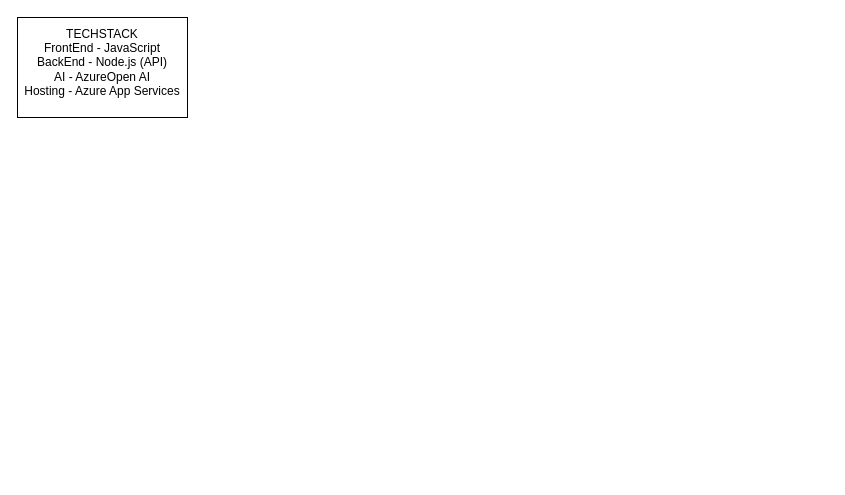
Before: backup.drawio in Ndkorr/ai-customer-profiler, a draw.io diagram. Source tidied: cells renumbered, new cells numbered last; positions are measured from the earlier drawing's top-left corner, leaving out a move shared by most shapes. Both pictures are drawn from the tidied source at 100%, with x=0, y=0 at pixel (17, 17).
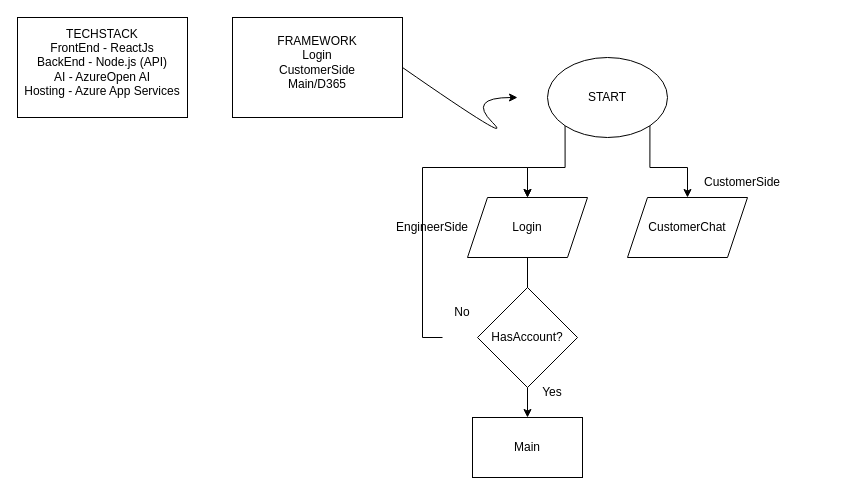
The same page after the edit.

The edit, as a diff of the source:
```diff
@@
-    <mxCell id="3" value="TECHSTACK&lt;div&gt;FrontEnd - JavaScript&lt;/div&gt;&lt;div&gt;BackEnd - Node.js (API)&lt;/div&gt;&lt;div&gt;AI - AzureOpen AI&lt;/div&gt;&lt;div&gt;Hosting - Azure App Services&lt;/div&gt;" style="text;html=1;align=center;verticalAlign=middle;whiteSpace=wrap;rounded=0;" parent="1" vertex="1">
+    <mxCell id="3" value="TECHSTACK&lt;div&gt;FrontEnd - ReactJs&lt;/div&gt;&lt;div&gt;BackEnd - Node.js (API)&lt;/div&gt;&lt;div&gt;AI - AzureOpen AI&lt;/div&gt;&lt;div&gt;Hosting - Azure App Services&lt;/div&gt;" style="text;html=1;align=center;verticalAlign=middle;whiteSpace=wrap;rounded=0;" parent="1" vertex="1">
       <mxGeometry y="30" width="170" height="30" as="geometry" />
     </mxCell>
+    <mxCell id="4" style="rounded=0;whiteSpace=wrap;html=1;" parent="1" vertex="1">
+      <mxGeometry x="215" width="170" height="100" as="geometry" />
+    </mxCell>
+    <mxCell id="5" value="FRAMEWORK&lt;div&gt;Login&lt;/div&gt;&lt;div&gt;CustomerSide&lt;/div&gt;&lt;div&gt;Main/D365&lt;/div&gt;" style="text;html=1;align=center;verticalAlign=middle;whiteSpace=wrap;rounded=0;" parent="1" vertex="1">
+      <mxGeometry x="215" y="30" width="170" height="30" as="geometry" />
+    </mxCell>
+    <mxCell id="6" style="curved=1;endArrow=classic;html=1;rounded=0;exitX=1;exitY=0.5;exitDx=0;exitDy=0;" parent="1" edge="1" source="4">
+      <mxGeometry relative="1" as="geometry">
+        <mxPoint x="500" y="80" as="targetPoint" />
+        <Array as="points">
+          <mxPoint x="500" y="130" />
+          <mxPoint x="450" y="80" />
+        </Array>
+      </mxGeometry>
+    </mxCell>
+    <mxCell id="7" style="edgeStyle=orthogonalEdgeStyle;rounded=0;jettySize=auto;html=1;exitX=0;exitY=1;exitDx=0;exitDy=0;entryX=0.5;entryY=0;entryDx=0;entryDy=0;" parent="1" edge="1" source="8" target="11">
+      <mxGeometry relative="1" as="geometry" />
+    </mxCell>
+    <mxCell id="8" style="ellipse;whiteSpace=wrap;html=1;fontSize=11;" parent="1" vertex="1">
+      <mxGeometry x="530" y="40" width="120" height="80" as="geometry" />
+    </mxCell>
+    <mxCell id="9" value="START" style="text;html=1;align=center;verticalAlign=middle;whiteSpace=wrap;rounded=0;" parent="1" vertex="1">
+      <mxGeometry x="505" y="65" width="170" height="30" as="geometry" />
+    </mxCell>
+    <mxCell id="10" style="edgeStyle=orthogonalEdgeStyle;rounded=0;jettySize=auto;html=1;" parent="1" edge="1" source="11" target="21">
+      <mxGeometry relative="1" as="geometry" />
+    </mxCell>
+    <mxCell id="11" style="shape=parallelogram;perimeter=parallelogramPerimeter;whiteSpace=wrap;html=1;fixedSize=1;" parent="1" vertex="1">
+      <mxGeometry x="450" y="180" width="120" height="60" as="geometry" />
+    </mxCell>
+    <mxCell id="12" style="shape=parallelogram;perimeter=parallelogramPerimeter;whiteSpace=wrap;html=1;fixedSize=1;" parent="1" vertex="1">
+      <mxGeometry x="610" y="180" width="120" height="60" as="geometry" />
+    </mxCell>
+    <mxCell id="13" style="edgeStyle=orthogonalEdgeStyle;rounded=0;jettySize=auto;html=1;exitX=1;exitY=1;exitDx=0;exitDy=0;" parent="1" edge="1" source="8" target="12">
+      <mxGeometry relative="1" as="geometry" />
+    </mxCell>
+    <mxCell id="14" value="Login" style="text;html=1;align=center;verticalAlign=middle;whiteSpace=wrap;rounded=0;" parent="1" vertex="1">
+      <mxGeometry x="425" y="195" width="170" height="30" as="geometry" />
+    </mxCell>
+    <mxCell id="15" value="EngineerSide" style="text;html=1;align=center;verticalAlign=middle;whiteSpace=wrap;rounded=0;" parent="1" vertex="1">
+      <mxGeometry x="370" y="195" width="90" height="30" as="geometry" />
+    </mxCell>
+    <mxCell id="16" value="CustomerSide" style="text;html=1;align=center;verticalAlign=middle;whiteSpace=wrap;rounded=0;" parent="1" vertex="1">
+      <mxGeometry x="640" y="150" width="170" height="30" as="geometry" />
+    </mxCell>
+    <mxCell id="17" style="rounded=0;whiteSpace=wrap;html=1;" parent="1" vertex="1">
+      <mxGeometry x="455" y="400" width="110" height="60" as="geometry" />
+    </mxCell>
+    <mxCell id="18" style="edgeStyle=orthogonalEdgeStyle;rounded=0;jettySize=auto;html=1;" parent="1" edge="1" source="19" target="17">
+      <mxGeometry relative="1" as="geometry" />
+    </mxCell>
+    <mxCell id="19" style="rhombus;whiteSpace=wrap;html=1;" parent="1" vertex="1">
+      <mxGeometry x="460" y="270" width="100" height="100" as="geometry" />
+    </mxCell>
+    <mxCell id="20" style="edgeStyle=orthogonalEdgeStyle;rounded=0;jettySize=auto;html=1;exitX=0;exitY=0.5;exitDx=0;exitDy=0;entryX=0.5;entryY=0;entryDx=0;entryDy=0;" parent="1" edge="1" source="21" target="11">
+      <mxGeometry relative="1" as="geometry">
+        <Array as="points">
+          <mxPoint x="405" y="320" />
+          <mxPoint x="405" y="150" />
+          <mxPoint x="510" y="150" />
+        </Array>
+      </mxGeometry>
+    </mxCell>
+    <mxCell id="21" value="HasAccount?" style="text;html=1;align=center;verticalAlign=middle;whiteSpace=wrap;rounded=0;" parent="1" vertex="1">
+      <mxGeometry x="425" y="305" width="170" height="30" as="geometry" />
+    </mxCell>
+    <mxCell id="22" value="Yes" style="text;html=1;align=center;verticalAlign=middle;whiteSpace=wrap;rounded=0;" parent="1" vertex="1">
+      <mxGeometry x="490" y="360" width="90" height="30" as="geometry" />
+    </mxCell>
+    <mxCell id="23" value="No" style="text;html=1;align=center;verticalAlign=middle;whiteSpace=wrap;rounded=0;" parent="1" vertex="1">
+      <mxGeometry x="400" y="280" width="90" height="30" as="geometry" />
+    </mxCell>
+    <mxCell id="24" value="Main" style="text;html=1;align=center;verticalAlign=middle;whiteSpace=wrap;rounded=0;" parent="1" vertex="1">
+      <mxGeometry x="465" y="415" width="90" height="30" as="geometry" />
+    </mxCell>
+    <mxCell id="25" value="CustomerChat" style="text;html=1;align=center;verticalAlign=middle;whiteSpace=wrap;rounded=0;" parent="1" vertex="1">
+      <mxGeometry x="585" y="195" width="170" height="30" as="geometry" />
+    </mxCell>
```
